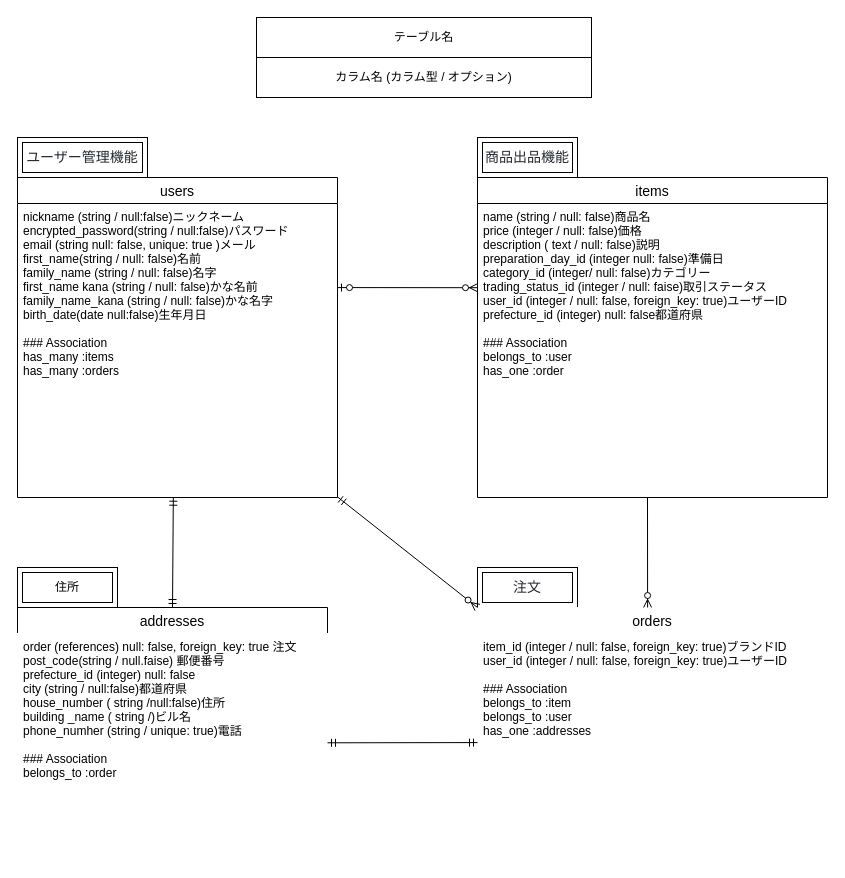
Above: ER図.dio in mitsuonitta/furima-38914 (draw.io), before the change. Source tidied: cells renumbered, new cells numbered last; positions are measured from the earlier drawing's top-left corner, leaving out a move shared by most shapes. Both pictures are drawn from the tidied source at 100%, with x=0, y=0 at pixel (17, 17).
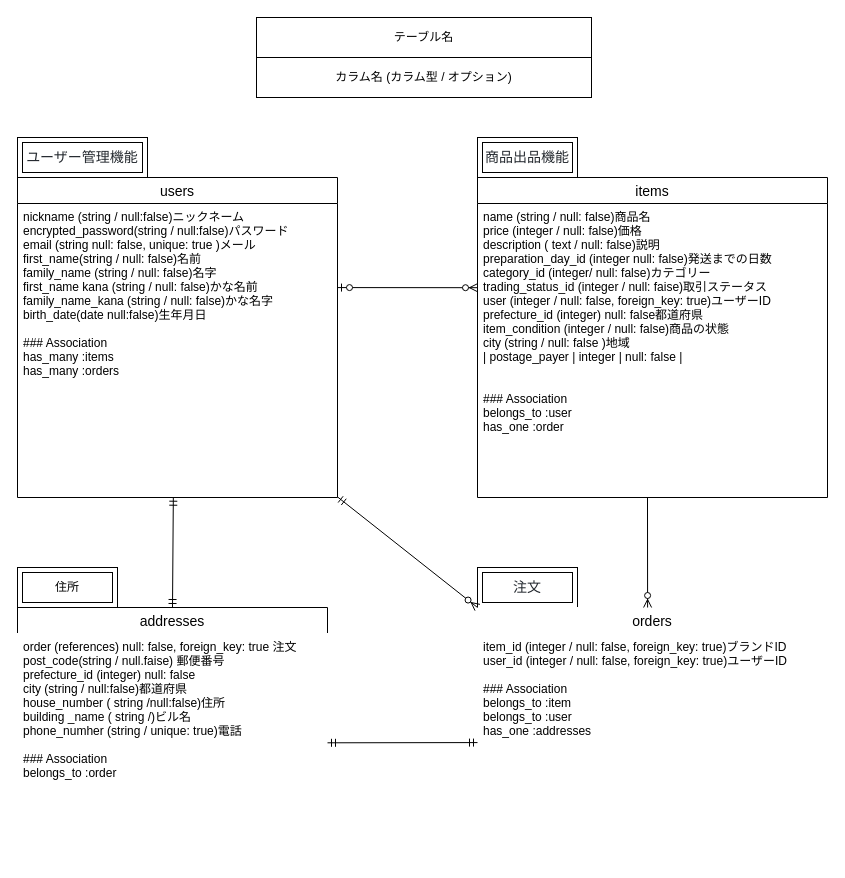
The same page after the edit.

Commit message (it also covers changes not shown here):
third commit custom08

The change refers to these unchanged cells:
```xml
<mxCell id="4" value="items" style="swimlane;fontStyle=0;horizontal=1;startSize=26;align=center;fontSize=14;" parent="1" vertex="1">
  <mxGeometry x="460" y="160" width="350" height="320" as="geometry" />
</mxCell>
```

What changed in the source:
```diff
@@
-    <mxCell id="5" value="name (string / null: false)商品名&#10;price (integer / null: false)価格&#10;description ( text / null: false)説明&#10;preparation_day_id (integer null: false)準備日&#10;category_id (integer/ null: false)カテゴリー&#10;trading_status_id (integer / null: faise)取引ステータス&#10;user_id (integer / null: false, foreign_key: true)ユーザーID&#10;prefecture_id (integer) null: false都道府県&#10;&#10;### Association&#10;belongs_to :user &#10;has_one :order&#10;" style="text;strokeColor=none;fillColor=none;spacingLeft=4;spacingRight=4;overflow=hidden;fontSize=12;" parent="4" vertex="1">
+    <mxCell id="5" value="name (string / null: false)商品名&#10;price (integer / null: false)価格&#10;description ( text / null: false)説明&#10;preparation_day_id (integer null: false)発送までの日数&#10;category_id (integer/ null: false)カテゴリー&#10;trading_status_id (integer / null: faise)取引ステータス&#10;user (integer / null: false, foreign_key: true)ユーザーID&#10;prefecture_id (integer) null: false都道府県&#10;item_condition (integer / null: false)商品の状態&#10;city (string / null: false )地域&#10;| postage_payer      | integer    | null: false                    |&#10;&#10;&#10;### Association&#10;belongs_to :user &#10;has_one :order&#10;" style="text;strokeColor=none;fillColor=none;spacingLeft=4;spacingRight=4;overflow=hidden;fontSize=12;" parent="4" vertex="1">
       <mxGeometry y="26" width="350" height="294" as="geometry" />
     </mxCell>
```
